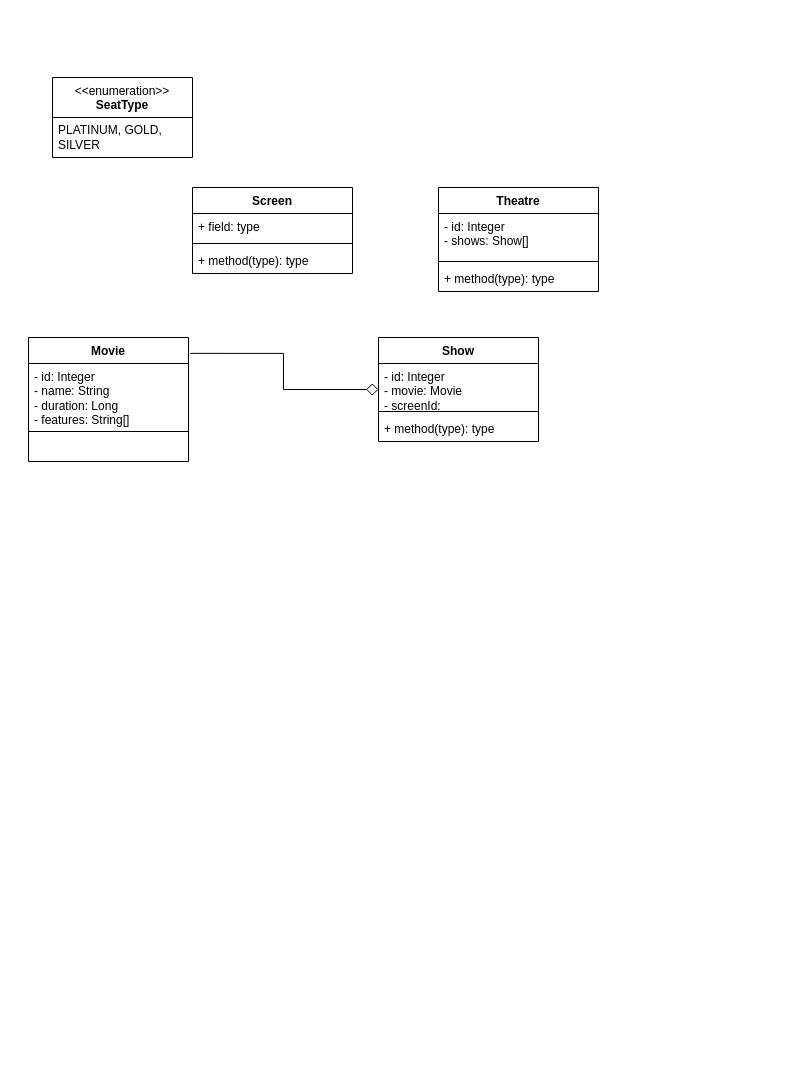
Before: lld/class_diagrams/bms.drawio in nityabhaskar21/java_projects, a draw.io diagram. Source tidied: cells renumbered, new cells numbered last; positions are measured from the earlier drawing's top-left corner, leaving out a move shared by most shapes. Both pictures are drawn from the tidied source at 100%, with x=0, y=0 at pixel (28, 77).
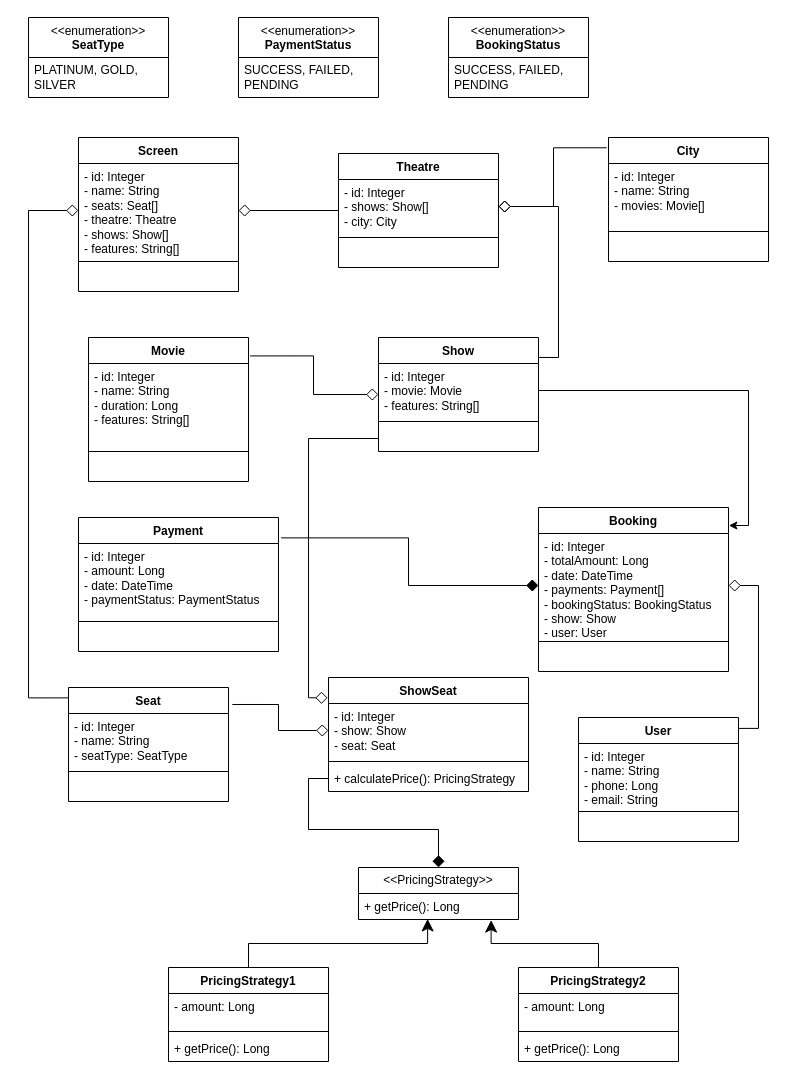
Above is the later version.

What changed in the source:
```diff
@@
     <mxCell id="2" value="Screen" style="swimlane;fontStyle=1;align=center;verticalAlign=top;horizontal=1;startSize=26;whiteSpace=wrap;html=1;" parent="1" vertex="1">
-      <mxGeometry x="164" y="110" width="160" height="86" as="geometry" />
+      <mxGeometry x="50" y="60" width="160" height="154" as="geometry" />
     </mxCell>
-    <mxCell id="3" value="+ field: type" style="text;strokeColor=none;fillColor=none;align=left;verticalAlign=top;spacingLeft=4;spacingRight=4;overflow=hidden;points=[[0,0.5],[1,0.5]];portConstraint=eastwest;whiteSpace=wrap;html=1;" parent="2" vertex="1">
-      <mxGeometry y="26" width="160" height="26" as="geometry" />
+    <mxCell id="3" value="- id: Integer&lt;div&gt;- name: String&lt;/div&gt;&lt;div&gt;- seats: Seat[]&lt;/div&gt;&lt;div&gt;- theatre: Theatre&lt;/div&gt;&lt;div&gt;- shows: Show[]&lt;/div&gt;&lt;div&gt;- features: String[]&lt;br&gt;&lt;/div&gt;" style="text;strokeColor=none;fillColor=none;align=left;verticalAlign=top;spacingLeft=4;spacingRight=4;overflow=hidden;points=[[0,0.5],[1,0.5]];portConstraint=eastwest;whiteSpace=wrap;html=1;" parent="2" vertex="1">
+      <mxGeometry y="26" width="160" height="94" as="geometry" />
     </mxCell>
     <mxCell id="4" style="line;strokeWidth=1;fillColor=none;align=left;verticalAlign=middle;spacingTop=-1;spacingLeft=3;spacingRight=3;labelPosition=right;strokeColor=inherit;" parent="2" vertex="1">
-      <mxGeometry y="52" width="160" height="8" as="geometry" />
+      <mxGeometry y="120" width="160" height="8" as="geometry" />
     </mxCell>
-    <mxCell id="5" value="+ method(type): type" style="text;strokeColor=none;fillColor=none;align=left;verticalAlign=top;spacingLeft=4;spacingRight=4;overflow=hidden;whiteSpace=wrap;html=1;" parent="2" vertex="1">
-      <mxGeometry y="60" width="160" height="26" as="geometry" />
+    <mxCell id="5" value="&amp;nbsp;" style="text;strokeColor=none;fillColor=none;align=left;verticalAlign=top;spacingLeft=4;spacingRight=4;overflow=hidden;whiteSpace=wrap;html=1;" parent="2" vertex="1">
+      <mxGeometry y="128" width="160" height="26" as="geometry" />
     </mxCell>
+    <mxCell id="21" style="edgeStyle=orthogonalEdgeStyle;rounded=0;jettySize=auto;html=1;entryX=1;entryY=0.5;entryDx=0;entryDy=0;endArrow=diamond;endFill=0;endSize=10;startSize=10;" parent="1" edge="1" source="6" target="3">
+      <mxGeometry relative="1" as="geometry" />
+    </mxCell>
     <mxCell id="6" value="Theatre" style="swimlane;fontStyle=1;align=center;verticalAlign=top;horizontal=1;startSize=26;whiteSpace=wrap;html=1;" parent="1" vertex="1">
-      <mxGeometry x="410" y="110" width="160" height="104" as="geometry" />
+      <mxGeometry x="310" y="76" width="160" height="114" as="geometry" />
     </mxCell>
-    <mxCell id="7" value="- id: Integer&lt;div&gt;- shows: Show[]&lt;/div&gt;" style="text;strokeColor=none;fillColor=none;align=left;verticalAlign=top;spacingLeft=4;spacingRight=4;overflow=hidden;points=[[0,0.5],[1,0.5]];portConstraint=eastwest;whiteSpace=wrap;html=1;" parent="6" vertex="1">
-      <mxGeometry y="26" width="160" height="44" as="geometry" />
+    <mxCell id="7" value="- id: Integer&lt;div&gt;- shows: Show[]&lt;/div&gt;&lt;div&gt;- city: City&lt;/div&gt;" style="text;strokeColor=none;fillColor=none;align=left;verticalAlign=top;spacingLeft=4;spacingRight=4;overflow=hidden;points=[[0,0.5],[1,0.5]];portConstraint=eastwest;whiteSpace=wrap;html=1;" parent="6" vertex="1">
+      <mxGeometry y="26" width="160" height="54" as="geometry" />
     </mxCell>
     <mxCell id="8" style="line;strokeWidth=1;fillColor=none;align=left;verticalAlign=middle;spacingTop=-1;spacingLeft=3;spacingRight=3;labelPosition=right;strokeColor=inherit;" parent="6" vertex="1">
-      <mxGeometry y="70" width="160" height="8" as="geometry" />
+      <mxGeometry y="80" width="160" height="8" as="geometry" />
     </mxCell>
-    <mxCell id="9" value="+ method(type): type" style="text;strokeColor=none;fillColor=none;align=left;verticalAlign=top;spacingLeft=4;spacingRight=4;overflow=hidden;whiteSpace=wrap;html=1;" parent="6" vertex="1">
-      <mxGeometry y="78" width="160" height="26" as="geometry" />
+    <mxCell id="9" value="&amp;nbsp;" style="text;strokeColor=none;fillColor=none;align=left;verticalAlign=top;spacingLeft=4;spacingRight=4;overflow=hidden;whiteSpace=wrap;html=1;" parent="6" vertex="1">
+      <mxGeometry y="88" width="160" height="26" as="geometry" />
     </mxCell>
     <mxCell id="10" value="&amp;lt;&amp;lt;enumeration&amp;gt;&amp;gt;&lt;br&gt;&lt;b&gt;SeatType&lt;/b&gt;" style="swimlane;fontStyle=0;align=center;verticalAlign=top;horizontal=1;startSize=40;html=1;whiteSpace=wrap;" parent="1" vertex="1">
-      <mxGeometry x="24" width="140" height="80" as="geometry" />
+      <mxGeometry y="-60" width="140" height="80" as="geometry" />
     </mxCell>
@@
     <mxCell id="12" value="Show" style="swimlane;fontStyle=1;align=center;verticalAlign=top;horizontal=1;startSize=26;whiteSpace=wrap;html=1;" parent="1" vertex="1">
-      <mxGeometry x="350" y="260" width="160" height="104" as="geometry" />
+      <mxGeometry x="350" y="260" width="160" height="114" as="geometry" />
     </mxCell>
-    <mxCell id="13" value="- id: Integer&lt;div&gt;- movie: Movie&lt;/div&gt;&lt;div&gt;- screenId:&amp;nbsp;&lt;/div&gt;" style="text;strokeColor=none;fillColor=none;align=left;verticalAlign=top;spacingLeft=4;spacingRight=4;overflow=hidden;points=[[0,0.5],[1,0.5]];portConstraint=eastwest;whiteSpace=wrap;html=1;" parent="12" vertex="1">
-      <mxGeometry y="26" width="160" height="44" as="geometry" />
+    <mxCell id="13" value="- id: Integer&lt;div&gt;- movie: Movie&lt;/div&gt;&lt;div&gt;- features: String[]&lt;br&gt;&lt;/div&gt;" style="text;strokeColor=none;fillColor=none;align=left;verticalAlign=top;spacingLeft=4;spacingRight=4;overflow=hidden;points=[[0,0.5],[1,0.5]];portConstraint=eastwest;whiteSpace=wrap;html=1;" parent="12" vertex="1">
+      <mxGeometry y="26" width="160" height="54" as="geometry" />
     </mxCell>
     <mxCell id="14" style="line;strokeWidth=1;fillColor=none;align=left;verticalAlign=middle;spacingTop=-1;spacingLeft=3;spacingRight=3;labelPosition=right;strokeColor=inherit;" parent="12" vertex="1">
-      <mxGeometry y="70" width="160" height="8" as="geometry" />
+      <mxGeometry y="80" width="160" height="8" as="geometry" />
     </mxCell>
-    <mxCell id="15" value="+ method(type): type" style="text;strokeColor=none;fillColor=none;align=left;verticalAlign=top;spacingLeft=4;spacingRight=4;overflow=hidden;points=[[0,0.5],[1,0.5]];portConstraint=eastwest;whiteSpace=wrap;html=1;" parent="12" vertex="1">
-      <mxGeometry y="78" width="160" height="26" as="geometry" />
+    <mxCell id="15" value="&amp;nbsp;" style="text;strokeColor=none;fillColor=none;align=left;verticalAlign=top;spacingLeft=4;spacingRight=4;overflow=hidden;points=[[0,0.5],[1,0.5]];portConstraint=eastwest;whiteSpace=wrap;html=1;" parent="12" vertex="1">
+      <mxGeometry y="88" width="160" height="26" as="geometry" />
     </mxCell>
     <mxCell id="16" value="Movie" style="swimlane;fontStyle=1;align=center;verticalAlign=top;horizontal=1;startSize=26;whiteSpace=wrap;html=1;" parent="1" vertex="1">
-      <mxGeometry y="260" width="160" height="124" as="geometry" />
+      <mxGeometry x="60" y="260" width="160" height="144" as="geometry" />
     </mxCell>
     <mxCell id="17" value="&lt;div&gt;- id: Integer&lt;/div&gt;- name: String&lt;div&gt;- duration: Long&lt;/div&gt;&lt;div&gt;- features: String[]&lt;/div&gt;" style="text;strokeColor=none;fillColor=none;align=left;verticalAlign=top;spacingLeft=4;spacingRight=4;overflow=hidden;whiteSpace=wrap;html=1;" parent="16" vertex="1">
-      <mxGeometry y="26" width="160" height="64" as="geometry" />
+      <mxGeometry y="26" width="160" height="84" as="geometry" />
     </mxCell>
     <mxCell id="18" style="line;strokeWidth=1;fillColor=none;align=left;verticalAlign=middle;spacingTop=-1;spacingLeft=3;spacingRight=3;labelPosition=right;strokeColor=inherit;" parent="16" vertex="1">
-      <mxGeometry y="90" width="160" height="8" as="geometry" />
+      <mxGeometry y="110" width="160" height="8" as="geometry" />
     </mxCell>
     <mxCell id="19" value="&amp;nbsp;" style="text;strokeColor=none;fillColor=none;align=left;verticalAlign=top;spacingLeft=4;spacingRight=4;overflow=hidden;whiteSpace=wrap;html=1;" parent="16" vertex="1">
-      <mxGeometry y="98" width="160" height="26" as="geometry" />
+      <mxGeometry y="118" width="160" height="26" as="geometry" />
     </mxCell>
@@
+    <mxCell id="22" style="edgeStyle=orthogonalEdgeStyle;rounded=0;jettySize=auto;html=1;exitX=1;exitY=0.5;exitDx=0;exitDy=0;entryX=1;entryY=0.175;entryDx=0;entryDy=0;entryPerimeter=0;startArrow=diamond;startFill=0;endArrow=none;endFill=0;endSize=10;startSize=10;" parent="1" edge="1" source="7" target="12">
+      <mxGeometry relative="1" as="geometry" />
+    </mxCell>
+    <mxCell id="23" value="&amp;lt;&amp;lt;enumeration&amp;gt;&amp;gt;&lt;br&gt;&lt;b&gt;PaymentStatus&lt;/b&gt;" style="swimlane;fontStyle=0;align=center;verticalAlign=top;horizontal=1;startSize=40;html=1;whiteSpace=wrap;" parent="1" vertex="1">
+      <mxGeometry x="210" y="-60" width="140" height="80" as="geometry" />
+    </mxCell>
+    <mxCell id="24" value="SUCCESS, FAILED, PENDING" style="text;html=1;strokeColor=none;fillColor=none;align=left;verticalAlign=middle;spacingLeft=4;spacingRight=4;overflow=hidden;whiteSpace=wrap;" parent="23" vertex="1">
+      <mxGeometry y="40" width="140" height="40" as="geometry" />
+    </mxCell>
+    <mxCell id="25" value="City" style="swimlane;fontStyle=1;align=center;verticalAlign=top;horizontal=1;startSize=26;whiteSpace=wrap;html=1;" parent="1" vertex="1">
+      <mxGeometry x="580" y="60" width="160" height="124" as="geometry" />
+    </mxCell>
+    <mxCell id="26" value="- id: Integer&lt;div&gt;- name: String&lt;/div&gt;&lt;div&gt;- movies: Movie[]&lt;/div&gt;" style="text;strokeColor=none;fillColor=none;align=left;verticalAlign=top;spacingLeft=4;spacingRight=4;overflow=hidden;whiteSpace=wrap;html=1;" parent="25" vertex="1">
+      <mxGeometry y="26" width="160" height="64" as="geometry" />
+    </mxCell>
+    <mxCell id="27" style="line;strokeWidth=1;fillColor=none;align=left;verticalAlign=middle;spacingTop=-1;spacingLeft=3;spacingRight=3;labelPosition=right;strokeColor=inherit;" parent="25" vertex="1">
+      <mxGeometry y="90" width="160" height="8" as="geometry" />
+    </mxCell>
+    <mxCell id="28" value="&amp;nbsp;" style="text;strokeColor=none;fillColor=none;align=left;verticalAlign=top;spacingLeft=4;spacingRight=4;overflow=hidden;whiteSpace=wrap;html=1;" parent="25" vertex="1">
+      <mxGeometry y="98" width="160" height="26" as="geometry" />
+    </mxCell>
+    <mxCell id="29" style="edgeStyle=orthogonalEdgeStyle;rounded=0;jettySize=auto;html=1;entryX=-0.011;entryY=0.083;entryDx=0;entryDy=0;entryPerimeter=0;startArrow=diamond;startFill=0;endArrow=none;endFill=0;endSize=10;startSize=10;" parent="1" edge="1" source="7" target="25">
+      <mxGeometry relative="1" as="geometry" />
+    </mxCell>
+    <mxCell id="30" value="Payment" style="swimlane;fontStyle=1;align=center;verticalAlign=top;horizontal=1;startSize=26;whiteSpace=wrap;html=1;" parent="1" vertex="1">
+      <mxGeometry x="50" y="440" width="200" height="134" as="geometry" />
+    </mxCell>
+    <mxCell id="31" value="&lt;div&gt;- id: Integer&lt;/div&gt;- amount: Long&lt;div&gt;- date: DateTime&lt;/div&gt;&lt;div&gt;- paymentStatus: PaymentStatus&lt;/div&gt;" style="text;strokeColor=none;fillColor=none;align=left;verticalAlign=top;spacingLeft=4;spacingRight=4;overflow=hidden;points=[[0,0.5],[1,0.5]];portConstraint=eastwest;whiteSpace=wrap;html=1;" parent="30" vertex="1">
+      <mxGeometry y="26" width="200" height="74" as="geometry" />
+    </mxCell>
+    <mxCell id="32" style="line;strokeWidth=1;fillColor=none;align=left;verticalAlign=middle;spacingTop=-1;spacingLeft=3;spacingRight=3;labelPosition=right;strokeColor=inherit;" parent="30" vertex="1">
+      <mxGeometry y="100" width="200" height="8" as="geometry" />
+    </mxCell>
+    <mxCell id="33" value="&amp;nbsp;" style="text;strokeColor=none;fillColor=none;align=left;verticalAlign=top;spacingLeft=4;spacingRight=4;overflow=hidden;whiteSpace=wrap;html=1;" parent="30" vertex="1">
+      <mxGeometry y="108" width="200" height="26" as="geometry" />
+    </mxCell>
+    <mxCell id="34" value="Booking" style="swimlane;fontStyle=1;align=center;verticalAlign=top;horizontal=1;startSize=26;whiteSpace=wrap;html=1;" parent="1" vertex="1">
+      <mxGeometry x="510" y="430" width="190" height="164" as="geometry" />
+    </mxCell>
+    <mxCell id="35" value="&lt;div&gt;- id: Integer&lt;/div&gt;- totalAmount: Long&lt;div&gt;- date: DateTime&lt;/div&gt;&lt;div&gt;- payments: Payment[]&lt;/div&gt;&lt;div&gt;- bookingStatus: BookingStatus&lt;/div&gt;&lt;div&gt;- show: Show&lt;/div&gt;&lt;div&gt;- user: User&lt;/div&gt;" style="text;strokeColor=none;fillColor=none;align=left;verticalAlign=top;spacingLeft=4;spacingRight=4;overflow=hidden;points=[[0,0.5],[1,0.5]];portConstraint=eastwest;whiteSpace=wrap;html=1;" parent="34" vertex="1">
+      <mxGeometry y="26" width="190" height="104" as="geometry" />
+    </mxCell>
+    <mxCell id="36" style="line;strokeWidth=1;fillColor=none;align=left;verticalAlign=middle;spacingTop=-1;spacingLeft=3;spacingRight=3;labelPosition=right;strokeColor=inherit;" parent="34" vertex="1">
+      <mxGeometry y="130" width="190" height="8" as="geometry" />
+    </mxCell>
+    <mxCell id="37" value="&amp;nbsp;" style="text;strokeColor=none;fillColor=none;align=left;verticalAlign=top;spacingLeft=4;spacingRight=4;overflow=hidden;whiteSpace=wrap;html=1;" parent="34" vertex="1">
+      <mxGeometry y="138" width="190" height="26" as="geometry" />
+    </mxCell>
+    <mxCell id="38" value="&amp;lt;&amp;lt;enumeration&amp;gt;&amp;gt;&lt;br&gt;&lt;b&gt;BookingStatus&lt;/b&gt;" style="swimlane;fontStyle=0;align=center;verticalAlign=top;horizontal=1;startSize=40;html=1;whiteSpace=wrap;" parent="1" vertex="1">
+      <mxGeometry x="420" y="-60" width="140" height="80" as="geometry" />
+    </mxCell>
+    <mxCell id="39" value="SUCCESS, FAILED, PENDING" style="text;html=1;strokeColor=none;fillColor=none;align=left;verticalAlign=middle;spacingLeft=4;spacingRight=4;overflow=hidden;whiteSpace=wrap;" parent="38" vertex="1">
+      <mxGeometry y="40" width="140" height="40" as="geometry" />
+    </mxCell>
+    <mxCell id="40" style="edgeStyle=orthogonalEdgeStyle;rounded=0;jettySize=auto;html=1;entryX=1.002;entryY=0.11;entryDx=0;entryDy=0;entryPerimeter=0;" parent="1" edge="1" source="13" target="34">
+      <mxGeometry relative="1" as="geometry" />
+    </mxCell>
+    <mxCell id="41" style="edgeStyle=orthogonalEdgeStyle;rounded=0;jettySize=auto;html=1;entryX=1.013;entryY=-0.076;entryDx=0;entryDy=0;entryPerimeter=0;startArrow=diamond;startFill=1;endArrow=none;endFill=0;endSize=10;startSize=10;" parent="1" edge="1" source="35" target="31">
+      <mxGeometry relative="1" as="geometry" />
+    </mxCell>
+    <mxCell id="42" value="ShowSeat" style="swimlane;fontStyle=1;align=center;verticalAlign=top;horizontal=1;startSize=26;whiteSpace=wrap;html=1;" parent="1" vertex="1">
+      <mxGeometry x="300" y="600" width="200" height="114" as="geometry" />
+    </mxCell>
+    <mxCell id="43" value="- id: Integer&lt;div&gt;- show: Show&lt;/div&gt;&lt;div&gt;- seat: Seat&lt;/div&gt;&lt;div&gt;&lt;br&gt;&lt;/div&gt;" style="text;strokeColor=none;fillColor=none;align=left;verticalAlign=top;spacingLeft=4;spacingRight=4;overflow=hidden;points=[[0,0.5],[1,0.5]];portConstraint=eastwest;whiteSpace=wrap;html=1;" parent="42" vertex="1">
+      <mxGeometry y="26" width="200" height="54" as="geometry" />
+    </mxCell>
+    <mxCell id="44" style="line;strokeWidth=1;fillColor=none;align=left;verticalAlign=middle;spacingTop=-1;spacingLeft=3;spacingRight=3;labelPosition=right;strokeColor=inherit;" parent="42" vertex="1">
+      <mxGeometry y="80" width="200" height="8" as="geometry" />
+    </mxCell>
+    <mxCell id="45" value="+ calculatePrice(): PricingStrategy" style="text;strokeColor=none;fillColor=none;align=left;verticalAlign=top;spacingLeft=4;spacingRight=4;overflow=hidden;points=[[0,0.5],[1,0.5]];portConstraint=eastwest;whiteSpace=wrap;html=1;" parent="42" vertex="1">
+      <mxGeometry y="88" width="200" height="26" as="geometry" />
+    </mxCell>
+    <mxCell id="46" value="Seat" style="swimlane;fontStyle=1;align=center;verticalAlign=top;horizontal=1;startSize=26;whiteSpace=wrap;html=1;" parent="1" vertex="1">
+      <mxGeometry x="40" y="610" width="160" height="114" as="geometry" />
+    </mxCell>
+    <mxCell id="47" value="- id: Integer&lt;div&gt;- name: String&lt;/div&gt;&lt;div&gt;- seatType: SeatType&lt;/div&gt;" style="text;strokeColor=none;fillColor=none;align=left;verticalAlign=top;spacingLeft=4;spacingRight=4;overflow=hidden;whiteSpace=wrap;html=1;" parent="46" vertex="1">
+      <mxGeometry y="26" width="160" height="54" as="geometry" />
+    </mxCell>
+    <mxCell id="48" style="line;strokeWidth=1;fillColor=none;align=left;verticalAlign=middle;spacingTop=-1;spacingLeft=3;spacingRight=3;labelPosition=right;strokeColor=inherit;" parent="46" vertex="1">
+      <mxGeometry y="80" width="160" height="8" as="geometry" />
+    </mxCell>
+    <mxCell id="49" value="&amp;nbsp;" style="text;strokeColor=none;fillColor=none;align=left;verticalAlign=top;spacingLeft=4;spacingRight=4;overflow=hidden;whiteSpace=wrap;html=1;" parent="46" vertex="1">
+      <mxGeometry y="88" width="160" height="26" as="geometry" />
+    </mxCell>
+    <mxCell id="50" style="edgeStyle=orthogonalEdgeStyle;rounded=0;jettySize=auto;html=1;entryX=0.003;entryY=0.091;entryDx=0;entryDy=0;entryPerimeter=0;startArrow=diamond;startFill=0;endArrow=none;endFill=0;endSize=10;startSize=10;" parent="1" edge="1" source="3" target="46">
+      <mxGeometry relative="1" as="geometry">
+        <Array as="points">
+          <mxPoint y="133" />
+          <mxPoint y="620" />
+        </Array>
+      </mxGeometry>
+    </mxCell>
+    <mxCell id="51" style="edgeStyle=orthogonalEdgeStyle;rounded=0;jettySize=auto;html=1;entryX=-0.004;entryY=0.178;entryDx=0;entryDy=0;entryPerimeter=0;endArrow=diamond;endFill=0;endSize=10;startSize=10;" parent="1" edge="1" source="15" target="42">
+      <mxGeometry relative="1" as="geometry">
+        <Array as="points">
+          <mxPoint x="280" y="361" />
+          <mxPoint x="280" y="620" />
+        </Array>
+      </mxGeometry>
+    </mxCell>
+    <mxCell id="52" style="edgeStyle=orthogonalEdgeStyle;rounded=0;jettySize=auto;html=1;entryX=1.024;entryY=0.149;entryDx=0;entryDy=0;entryPerimeter=0;startArrow=diamond;startFill=0;endArrow=none;endFill=0;endSize=10;startSize=10;" parent="1" edge="1" source="43" target="46">
+      <mxGeometry relative="1" as="geometry" />
+    </mxCell>
+    <mxCell id="53" style="edgeStyle=orthogonalEdgeStyle;rounded=0;jettySize=auto;html=1;entryX=0;entryY=0.5;entryDx=0;entryDy=0;startArrow=diamond;startFill=1;endArrow=none;endFill=0;endSize=10;startSize=10;" parent="1" edge="1" source="54" target="45">
+      <mxGeometry relative="1" as="geometry" />
+    </mxCell>
+    <mxCell id="54" value="&amp;lt;&amp;lt;PricingStrategy&amp;gt;&amp;gt;" style="swimlane;fontStyle=0;horizontal=1;startSize=26;fillColor=none;whiteSpace=wrap;html=1;" parent="1" vertex="1">
+      <mxGeometry x="330" y="790" width="160" height="52" as="geometry" />
+    </mxCell>
+    <mxCell id="55" value="+ getPrice(): Long" style="text;strokeColor=none;fillColor=none;align=left;verticalAlign=top;spacingLeft=4;spacingRight=4;overflow=hidden;points=[[0,0.5],[1,0.5]];portConstraint=eastwest;whiteSpace=wrap;html=1;" parent="54" vertex="1">
+      <mxGeometry y="26" width="160" height="26" as="geometry" />
+    </mxCell>
+    <mxCell id="56" value="PricingStrategy1" style="swimlane;fontStyle=1;align=center;verticalAlign=top;horizontal=1;startSize=26;whiteSpace=wrap;html=1;" parent="1" vertex="1">
+      <mxGeometry x="140" y="890" width="160" height="94" as="geometry" />
+    </mxCell>
+    <mxCell id="57" value="&lt;div&gt;- amount: Long&lt;br&gt;&lt;/div&gt;" style="text;strokeColor=none;fillColor=none;align=left;verticalAlign=top;spacingLeft=4;spacingRight=4;overflow=hidden;whiteSpace=wrap;html=1;" parent="56" vertex="1">
+      <mxGeometry y="26" width="160" height="34" as="geometry" />
+    </mxCell>
+    <mxCell id="58" style="line;strokeWidth=1;fillColor=none;align=left;verticalAlign=middle;spacingTop=-1;spacingLeft=3;spacingRight=3;labelPosition=right;strokeColor=inherit;" parent="56" vertex="1">
+      <mxGeometry y="60" width="160" height="8" as="geometry" />
+    </mxCell>
+    <mxCell id="59" value="+ getPrice(): Long" style="text;strokeColor=none;fillColor=none;align=left;verticalAlign=top;spacingLeft=4;spacingRight=4;overflow=hidden;whiteSpace=wrap;html=1;" parent="56" vertex="1">
+      <mxGeometry y="68" width="160" height="26" as="geometry" />
+    </mxCell>
+    <mxCell id="60" value="PricingStrategy2" style="swimlane;fontStyle=1;align=center;verticalAlign=top;horizontal=1;startSize=26;whiteSpace=wrap;html=1;" parent="1" vertex="1">
+      <mxGeometry x="490" y="890" width="160" height="94" as="geometry" />
+    </mxCell>
+    <mxCell id="61" value="- amount: Long" style="text;strokeColor=none;fillColor=none;align=left;verticalAlign=top;spacingLeft=4;spacingRight=4;overflow=hidden;whiteSpace=wrap;html=1;" parent="60" vertex="1">
+      <mxGeometry y="26" width="160" height="34" as="geometry" />
+    </mxCell>
+    <mxCell id="62" style="line;strokeWidth=1;fillColor=none;align=left;verticalAlign=middle;spacingTop=-1;spacingLeft=3;spacingRight=3;labelPosition=right;strokeColor=inherit;" parent="60" vertex="1">
+      <mxGeometry y="60" width="160" height="8" as="geometry" />
+    </mxCell>
+    <mxCell id="63" value="+ getPrice(): Long" style="text;strokeColor=none;fillColor=none;align=left;verticalAlign=top;spacingLeft=4;spacingRight=4;overflow=hidden;whiteSpace=wrap;html=1;" parent="60" vertex="1">
+      <mxGeometry y="68" width="160" height="26" as="geometry" />
+    </mxCell>
+    <mxCell id="64" style="edgeStyle=orthogonalEdgeStyle;rounded=0;jettySize=auto;html=1;entryX=0.829;entryY=1.022;entryDx=0;entryDy=0;entryPerimeter=0;endSize=10;" parent="1" edge="1" source="60" target="55">
+      <mxGeometry relative="1" as="geometry" />
+    </mxCell>
+    <mxCell id="65" style="edgeStyle=orthogonalEdgeStyle;rounded=0;jettySize=auto;html=1;entryX=0.432;entryY=0.979;entryDx=0;entryDy=0;entryPerimeter=0;endSize=10;startSize=10;" parent="1" edge="1" source="56" target="55">
+      <mxGeometry relative="1" as="geometry" />
+    </mxCell>
+    <mxCell id="66" value="User" style="swimlane;fontStyle=1;align=center;verticalAlign=top;horizontal=1;startSize=26;whiteSpace=wrap;html=1;" parent="1" vertex="1">
+      <mxGeometry x="550" y="640" width="160" height="124" as="geometry" />
+    </mxCell>
+    <mxCell id="67" value="- id: Integer&lt;div&gt;- name: String&lt;/div&gt;&lt;div&gt;- phone: Long&lt;/div&gt;&lt;div&gt;- email: String&lt;/div&gt;" style="text;strokeColor=none;fillColor=none;align=left;verticalAlign=top;spacingLeft=4;spacingRight=4;overflow=hidden;whiteSpace=wrap;html=1;" parent="66" vertex="1">
+      <mxGeometry y="26" width="160" height="64" as="geometry" />
+    </mxCell>
+    <mxCell id="68" style="line;strokeWidth=1;fillColor=none;align=left;verticalAlign=middle;spacingTop=-1;spacingLeft=3;spacingRight=3;labelPosition=right;strokeColor=inherit;" parent="66" vertex="1">
+      <mxGeometry y="90" width="160" height="8" as="geometry" />
+    </mxCell>
+    <mxCell id="69" value="&amp;nbsp;" style="text;strokeColor=none;fillColor=none;align=left;verticalAlign=top;spacingLeft=4;spacingRight=4;overflow=hidden;whiteSpace=wrap;html=1;" parent="66" vertex="1">
+      <mxGeometry y="98" width="160" height="26" as="geometry" />
+    </mxCell>
+    <mxCell id="70" style="edgeStyle=orthogonalEdgeStyle;rounded=0;jettySize=auto;html=1;entryX=1;entryY=0.088;entryDx=0;entryDy=0;entryPerimeter=0;startArrow=diamond;startFill=0;endSize=10;startSize=10;endArrow=none;endFill=0;" parent="1" edge="1" source="35" target="66">
+      <mxGeometry relative="1" as="geometry" />
+    </mxCell>
```
